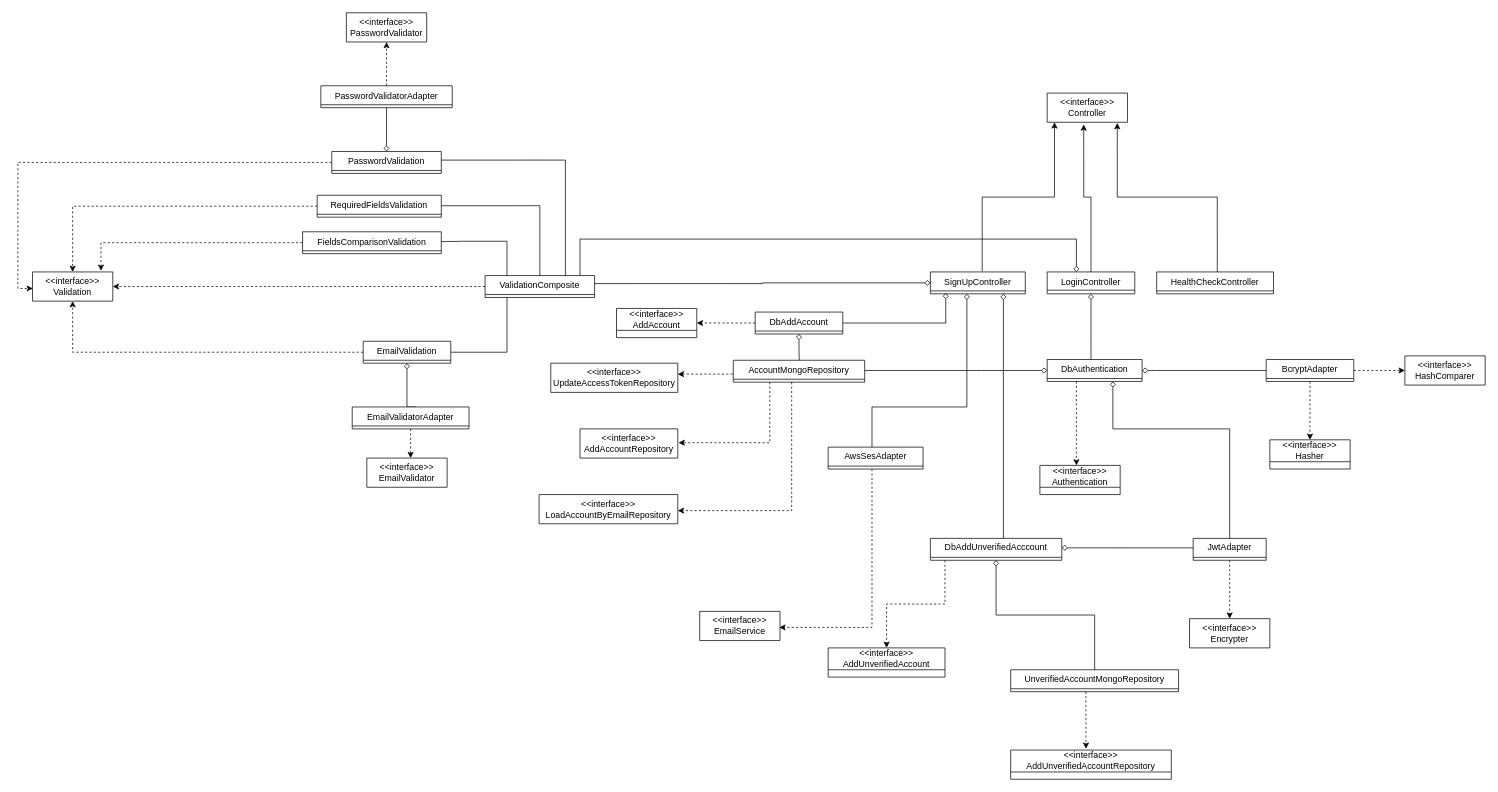
The draw.io diagram diagrams/UML/node-api.class.drawio in guimassoqueto/node-clean-api, before the edit. Source tidied: cells renumbered, new cells numbered last; positions are measured from the earlier drawing's top-left corner, leaving out a move shared by most shapes. Both pictures are drawn from the tidied source at 73%, with x=0, y=0 at pixel (32, 12).
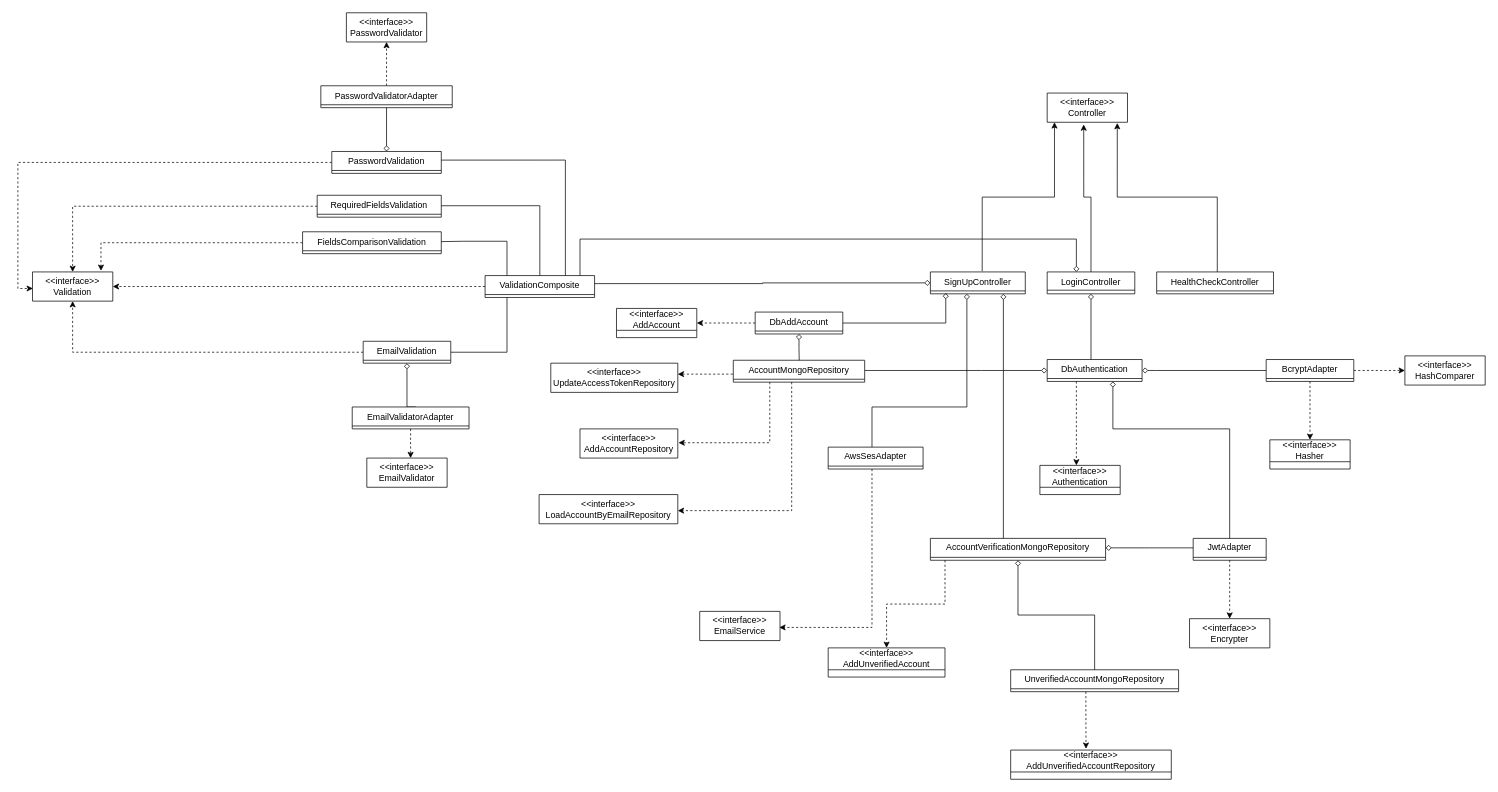
The same diagram, later.

Commit message (it also covers changes not shown here):
docs: update class diagram

Change to the diagram source:
```diff
@@
-    <mxCell id="65" value="DbAddUnverifiedAcccount" style="swimlane;fontStyle=0;horizontal=1;startSize=26;fillColor=none;whiteSpace=wrap;html=1;" parent="1" vertex="1" collapsed="1">
-      <mxGeometry x="1230" y="720" width="180" height="30" as="geometry" />
+    <mxCell id="65" value="AccountVerificationMongoRepository" style="swimlane;fontStyle=0;horizontal=1;startSize=26;fillColor=none;whiteSpace=wrap;html=1;" parent="1" vertex="1" collapsed="1">
+      <mxGeometry x="1230" y="720" width="240" height="30" as="geometry" />
     </mxCell>
```
